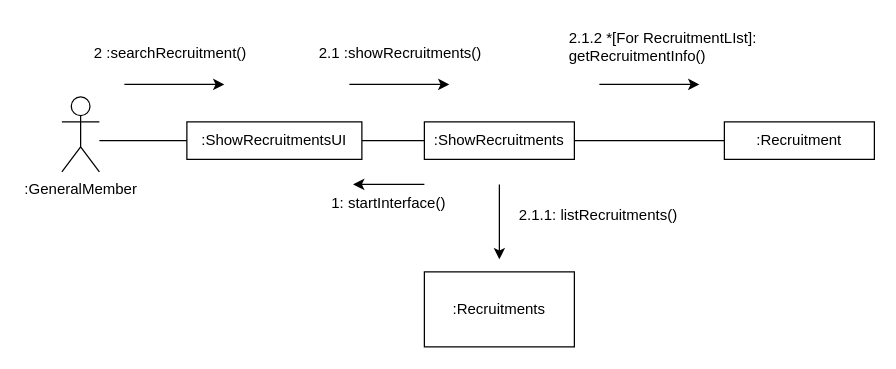
This is B811190_진선명/채용정보조회.drawio from FinancialWorld16/SE_TEAM, a draw.io file, before an edit. Source tidied: cells renumbered, new cells numbered last; positions are measured from the earlier drawing's top-left corner, leaving out a move shared by most shapes. Both pictures are drawn from the tidied source at 125%, with x=0, y=0 at pixel (61, 21).
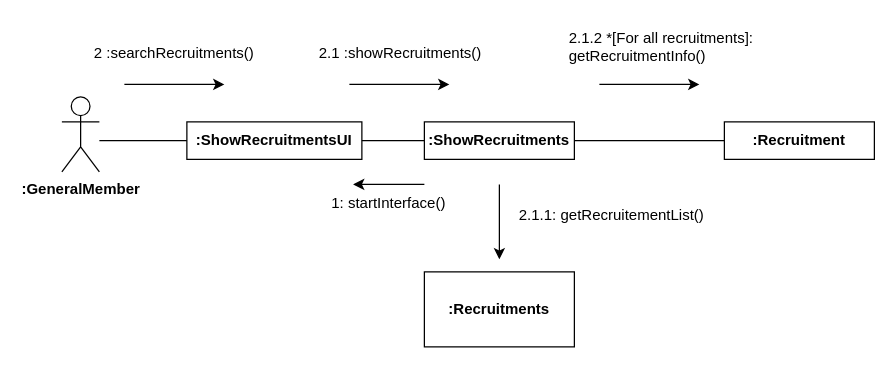
After the change.

What changed in the source:
```diff
@@
-    <mxCell id="2" value=":GeneralMember" style="shape=umlActor;verticalLabelPosition=bottom;verticalAlign=top;html=1;" parent="1" vertex="1">
+    <mxCell id="2" value=":GeneralMember" style="shape=umlActor;verticalLabelPosition=bottom;verticalAlign=top;html=1;fontStyle=1;" parent="1" vertex="1">
       <mxGeometry y="60" width="30" height="60" as="geometry" />
     </mxCell>
-    <mxCell id="3" value=":ShowRecruitmentsUI" style="rounded=0;whiteSpace=wrap;html=1;" parent="1" vertex="1">
+    <mxCell id="3" value=":ShowRecruitmentsUI" style="rounded=0;whiteSpace=wrap;html=1;fontStyle=1;" parent="1" vertex="1">
       <mxGeometry x="100" y="80" width="140" height="30" as="geometry" />
     </mxCell>
-    <mxCell id="4" value=":ShowRecruitments" style="rounded=0;whiteSpace=wrap;html=1;" parent="1" vertex="1">
+    <mxCell id="4" value=":ShowRecruitments" style="rounded=0;whiteSpace=wrap;html=1;fontStyle=1;" parent="1" vertex="1">
       <mxGeometry x="290" y="80" width="120" height="30" as="geometry" />
     </mxCell>
@@
-    <mxCell id="9" value=":Recruitment" style="rounded=0;whiteSpace=wrap;html=1;" parent="1" vertex="1">
+    <mxCell id="9" value=":Recruitment" style="rounded=0;whiteSpace=wrap;html=1;fontStyle=1;" parent="1" vertex="1">
       <mxGeometry x="530" y="80" width="120" height="30" as="geometry" />
     </mxCell>
-    <mxCell id="10" value="2.1.2 *[For RecruitmentLIst]: getRecruitmentInfo()" style="text;strokeColor=none;fillColor=none;align=left;verticalAlign=middle;spacingLeft=4;spacingRight=4;overflow=hidden;whiteSpace=wrap;html=1;" parent="1" vertex="1">
+    <mxCell id="10" value="2.1.2 *[For all recruitments]: getRecruitmentInfo()" style="text;strokeColor=none;fillColor=none;align=left;verticalAlign=middle;spacingLeft=4;spacingRight=4;overflow=hidden;whiteSpace=wrap;html=1;" parent="1" vertex="1">
       <mxGeometry x="400" width="170" height="40" as="geometry" />
     </mxCell>
@@
-    <mxCell id="13" value="2 :searchRecruitment()" style="text;strokeColor=none;fillColor=none;align=left;verticalAlign=middle;spacingLeft=4;spacingRight=4;overflow=hidden;whiteSpace=wrap;html=1;" parent="1" vertex="1">
+    <mxCell id="13" value="2 :searchRecruitments()" style="text;strokeColor=none;fillColor=none;align=left;verticalAlign=middle;spacingLeft=4;spacingRight=4;overflow=hidden;whiteSpace=wrap;html=1;" parent="1" vertex="1">
       <mxGeometry x="20" y="10" width="170" height="30" as="geometry" />
     </mxCell>
@@
-    <mxCell id="17" value=":Recruitments" style="rounded=0;whiteSpace=wrap;html=1;" parent="1" vertex="1">
+    <mxCell id="17" value=":Recruitments" style="rounded=0;whiteSpace=wrap;html=1;fontStyle=1;" parent="1" vertex="1">
       <mxGeometry x="290" y="200" width="120" height="60" as="geometry" />
     </mxCell>
@@
-    <mxCell id="19" value="2.1.1: listRecruitments()" style="text;strokeColor=none;fillColor=none;align=left;verticalAlign=middle;spacingLeft=4;spacingRight=4;overflow=hidden;whiteSpace=wrap;html=1;" parent="1" vertex="1">
-      <mxGeometry x="360" y="140" width="150" height="30" as="geometry" />
+    <mxCell id="19" value="2.1.1: getRecruitementList()" style="text;strokeColor=none;fillColor=none;align=left;verticalAlign=middle;spacingLeft=4;spacingRight=4;overflow=hidden;whiteSpace=wrap;html=1;" parent="1" vertex="1">
+      <mxGeometry x="360" y="140" width="160" height="30" as="geometry" />
     </mxCell>
```
